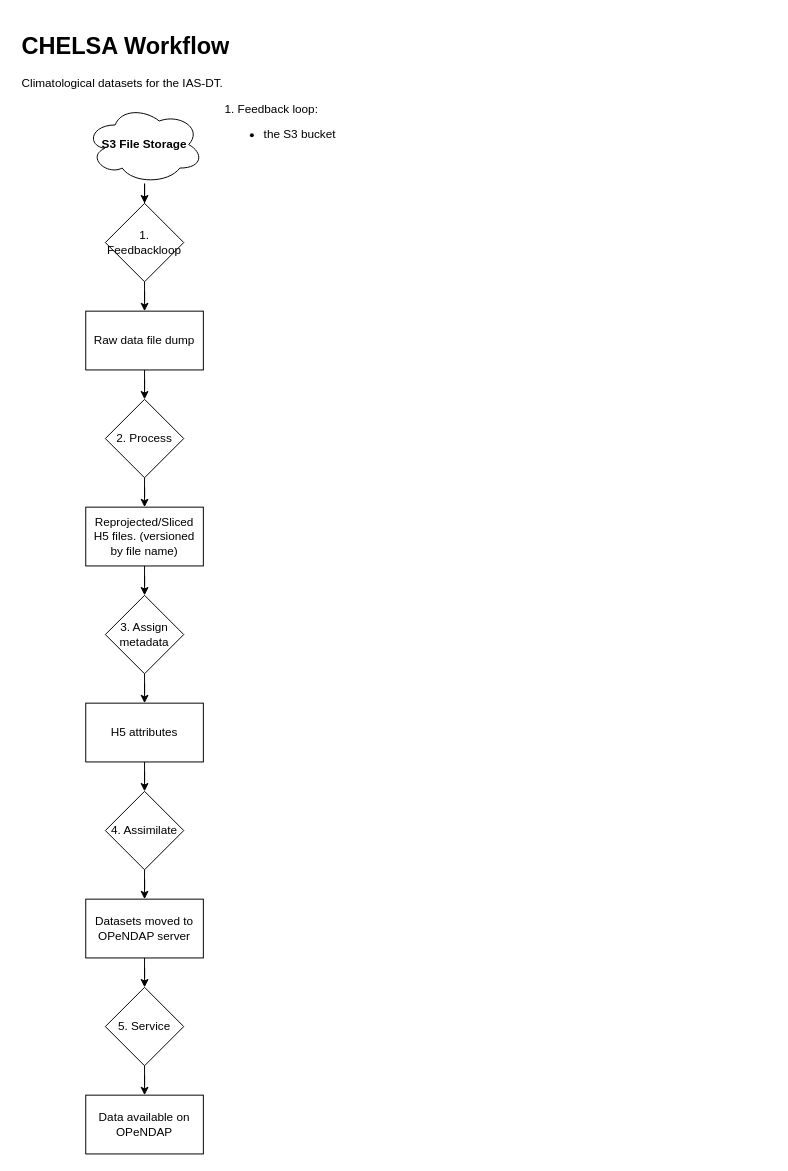
This is page "chelsa" (4 of 4) of references/architecture/IASDT-dataflow.drawio from BioDT/uc-ias-workflows, a draw.io file, before an edit. Source tidied: cells renumbered, new cells numbered last; positions are measured from the earlier drawing's top-left corner, leaving out a move shared by most shapes. Both pictures are drawn from the tidied source at 98%, with x=0, y=0 at pixel (17, 26).
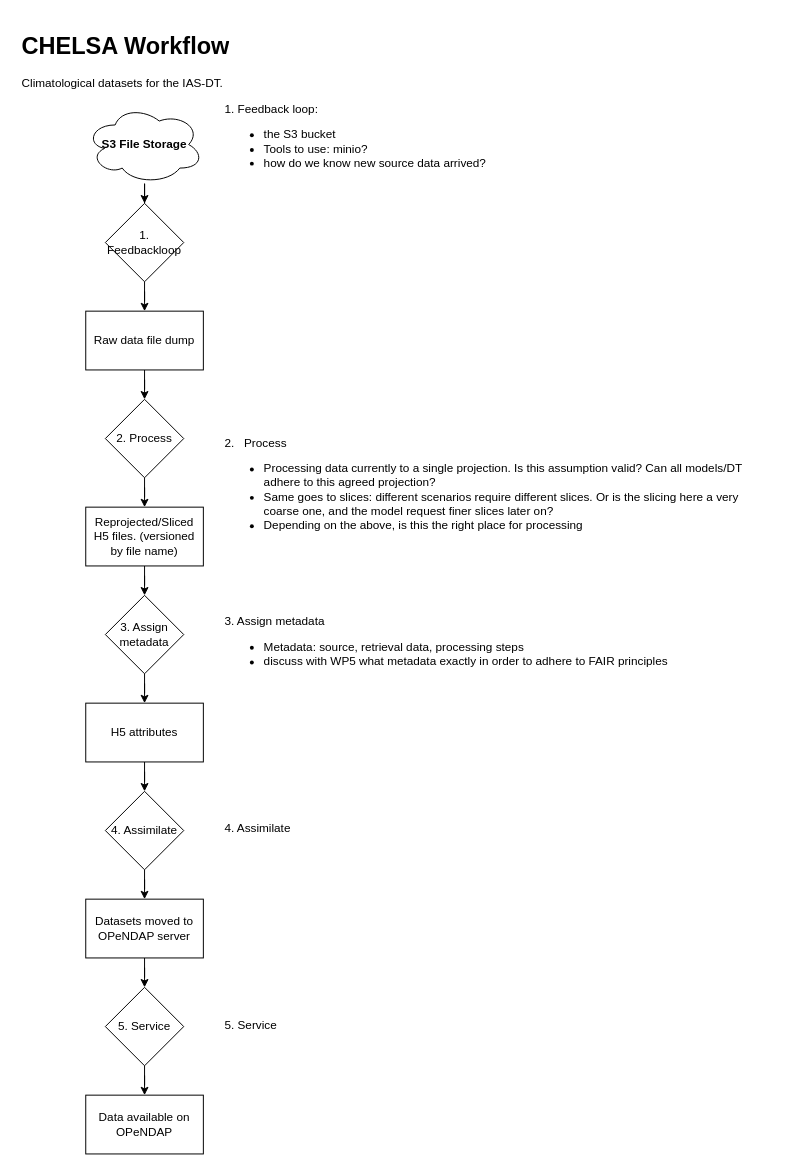
After the change.

Diff of the diagram source:
```diff
@@
-    <mxCell id="24" value="&lt;span style=&quot;background-color: initial;&quot;&gt;1. Feedback loop: &lt;/span&gt;&lt;br style=&quot;background-color: initial;&quot;&gt;&lt;ul&gt;&lt;li&gt;&lt;span style=&quot;background-color: initial;&quot;&gt;the S3 bucket&amp;nbsp;&amp;nbsp;&lt;/span&gt;&lt;/li&gt;&lt;/ul&gt;" style="text;html=1;align=left;verticalAlign=top;whiteSpace=wrap;rounded=0;fontSize=12;labelBorderColor=none;labelBackgroundColor=none;shadow=0;" parent="1" vertex="1">
+    <mxCell id="24" value="&lt;span style=&quot;background-color: initial;&quot;&gt;1. Feedback loop: &lt;/span&gt;&lt;br style=&quot;background-color: initial;&quot;&gt;&lt;ul&gt;&lt;li&gt;&lt;span style=&quot;background-color: initial;&quot;&gt;the S3 bucket&lt;/span&gt;&lt;/li&gt;&lt;li&gt;&lt;span style=&quot;background-color: initial;&quot;&gt;Tools to use: minio?&lt;/span&gt;&lt;/li&gt;&lt;li&gt;&lt;span style=&quot;background-color: initial;&quot;&gt;how do we know new source data arrived?&lt;br&gt;&lt;/span&gt;&lt;/li&gt;&lt;/ul&gt;&lt;br style=&quot;background-color: initial;&quot;&gt;&lt;br style=&quot;background-color: initial;&quot;&gt;&lt;br style=&quot;background-color: initial;&quot;&gt;&lt;br style=&quot;background-color: initial;&quot;&gt;&lt;br style=&quot;background-color: initial;&quot;&gt;&lt;br style=&quot;background-color: initial;&quot;&gt;&lt;br style=&quot;background-color: initial;&quot;&gt;&lt;br style=&quot;background-color: initial;&quot;&gt;&lt;br style=&quot;background-color: initial;&quot;&gt;&lt;br style=&quot;background-color: initial;&quot;&gt;&lt;br style=&quot;background-color: initial;&quot;&gt;&lt;br style=&quot;background-color: initial;&quot;&gt;&lt;br style=&quot;background-color: initial;&quot;&gt;&lt;br style=&quot;background-color: initial;&quot;&gt;&lt;br style=&quot;background-color: initial;&quot;&gt;&lt;br style=&quot;background-color: initial;&quot;&gt;&lt;br style=&quot;background-color: initial;&quot;&gt;&lt;br style=&quot;background-color: initial;&quot;&gt;&lt;span style=&quot;background-color: initial;&quot;&gt;2.&amp;nbsp; &amp;nbsp;Process&lt;br&gt;&lt;ul&gt;&lt;li&gt;&lt;span style=&quot;background-color: initial;&quot;&gt;Processing data currently to a single projection. Is this assumption valid? Can all models/DT adhere to this agreed projection?&lt;/span&gt;&lt;/li&gt;&lt;li&gt;&lt;span style=&quot;background-color: initial;&quot;&gt;Same goes to slices: different scenarios require different slices. Or is the slicing here a very coarse one, and the model request finer slices later on?&lt;/span&gt;&lt;/li&gt;&lt;li&gt;Depending on the above, is this the right place for processing&lt;/li&gt;&lt;/ul&gt;&lt;br&gt;&lt;br&gt;&lt;br&gt;&lt;br&gt;&lt;br&gt;3. Assign metadata&lt;br&gt;&lt;ul&gt;&lt;li&gt;&lt;span style=&quot;background-color: initial;&quot;&gt;Metadata: source, retrieval data, processing steps&lt;/span&gt;&lt;/li&gt;&lt;li&gt;&lt;span style=&quot;background-color: initial;&quot;&gt;discuss with WP5 what metadata exactly in order to adhere to FAIR principles&lt;/span&gt;&lt;/li&gt;&lt;/ul&gt;&lt;div&gt;&lt;br&gt;&lt;/div&gt;&lt;div&gt;&lt;br&gt;&lt;/div&gt;&lt;div&gt;&lt;br&gt;&lt;/div&gt;&lt;div&gt;&lt;br&gt;&lt;/div&gt;&lt;div&gt;&lt;br&gt;&lt;/div&gt;&lt;div&gt;&lt;br&gt;&lt;/div&gt;&lt;div&gt;&lt;br&gt;&lt;/div&gt;&lt;div&gt;&lt;br&gt;&lt;/div&gt;&lt;div&gt;&lt;br&gt;&lt;/div&gt;&lt;div&gt;&lt;br&gt;&lt;/div&gt;&lt;div&gt;4. Assimilate&lt;/div&gt;&lt;div&gt;&lt;br&gt;&lt;/div&gt;&lt;div&gt;&lt;br&gt;&lt;/div&gt;&lt;div&gt;&lt;br&gt;&lt;/div&gt;&lt;div&gt;&lt;br&gt;&lt;/div&gt;&lt;div&gt;&lt;br&gt;&lt;/div&gt;&lt;div&gt;&lt;br&gt;&lt;/div&gt;&lt;div&gt;&lt;br&gt;&lt;/div&gt;&lt;div&gt;&lt;br&gt;&lt;/div&gt;&lt;div&gt;&lt;br&gt;&lt;/div&gt;&lt;div&gt;&lt;br&gt;&lt;/div&gt;&lt;div&gt;&lt;br&gt;&lt;/div&gt;&lt;div&gt;&lt;br&gt;&lt;/div&gt;&lt;div&gt;&lt;br&gt;&lt;/div&gt;&lt;div&gt;5. Service&lt;/div&gt;&lt;/span&gt;" style="text;html=1;align=left;verticalAlign=top;whiteSpace=wrap;rounded=0;fontSize=12;labelBorderColor=none;labelBackgroundColor=none;shadow=0;" parent="1" vertex="1">
       <mxGeometry x="210" y="70" width="560" height="1070" as="geometry" />
     </mxCell>
```
